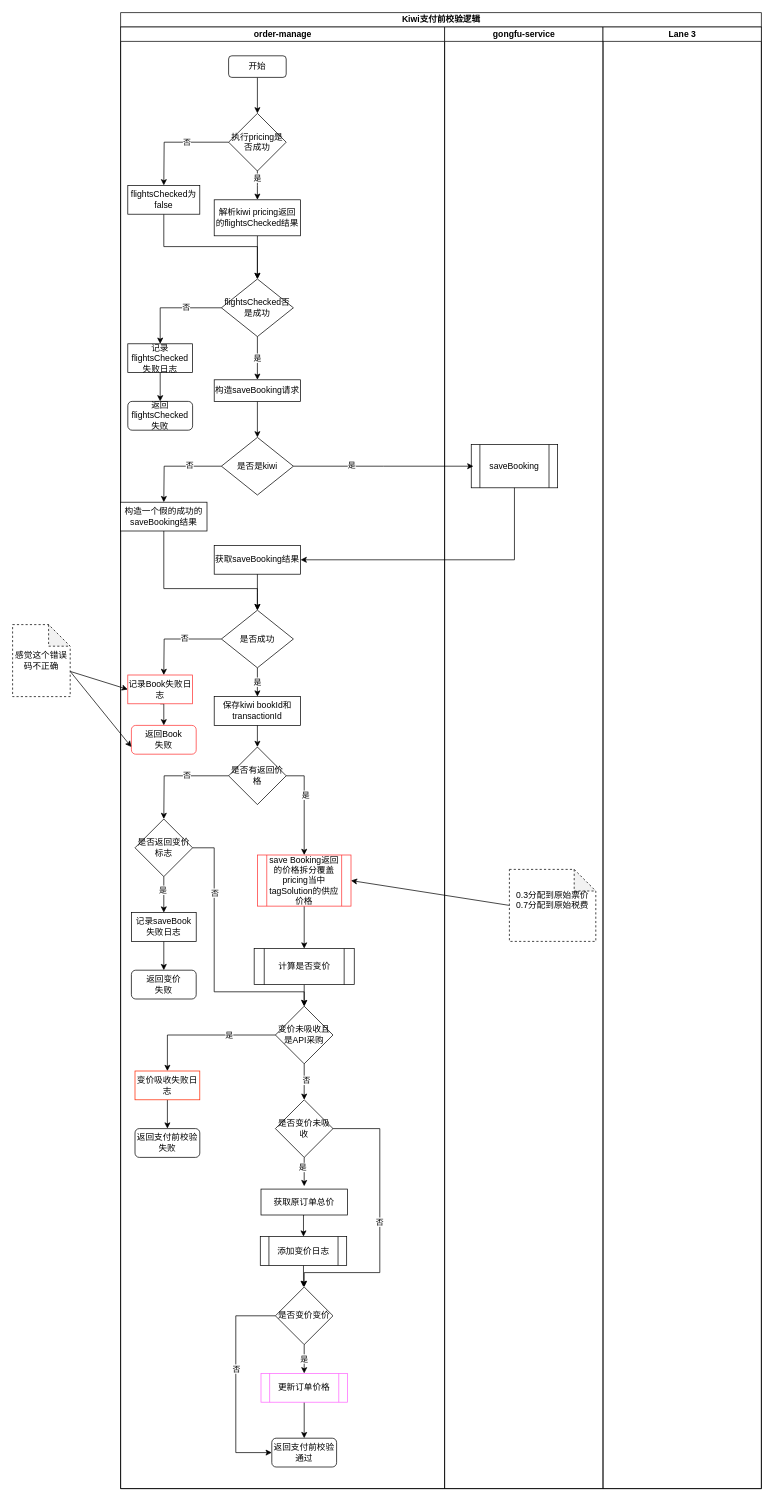
Earlier version of the draw.io diagram page "LCC支付前校验具体逻辑" (6 of 13) of pkfare/paycheck-refactor/支付前校验现状.drawio (zhangweixin/design-diagram). Source tidied: cells renumbered, new cells numbered last; positions are measured from the earlier drawing's top-left corner, leaving out a move shared by most shapes. Both pictures are drawn from the tidied source at 72%, with x=0, y=0 at pixel (12, 12).
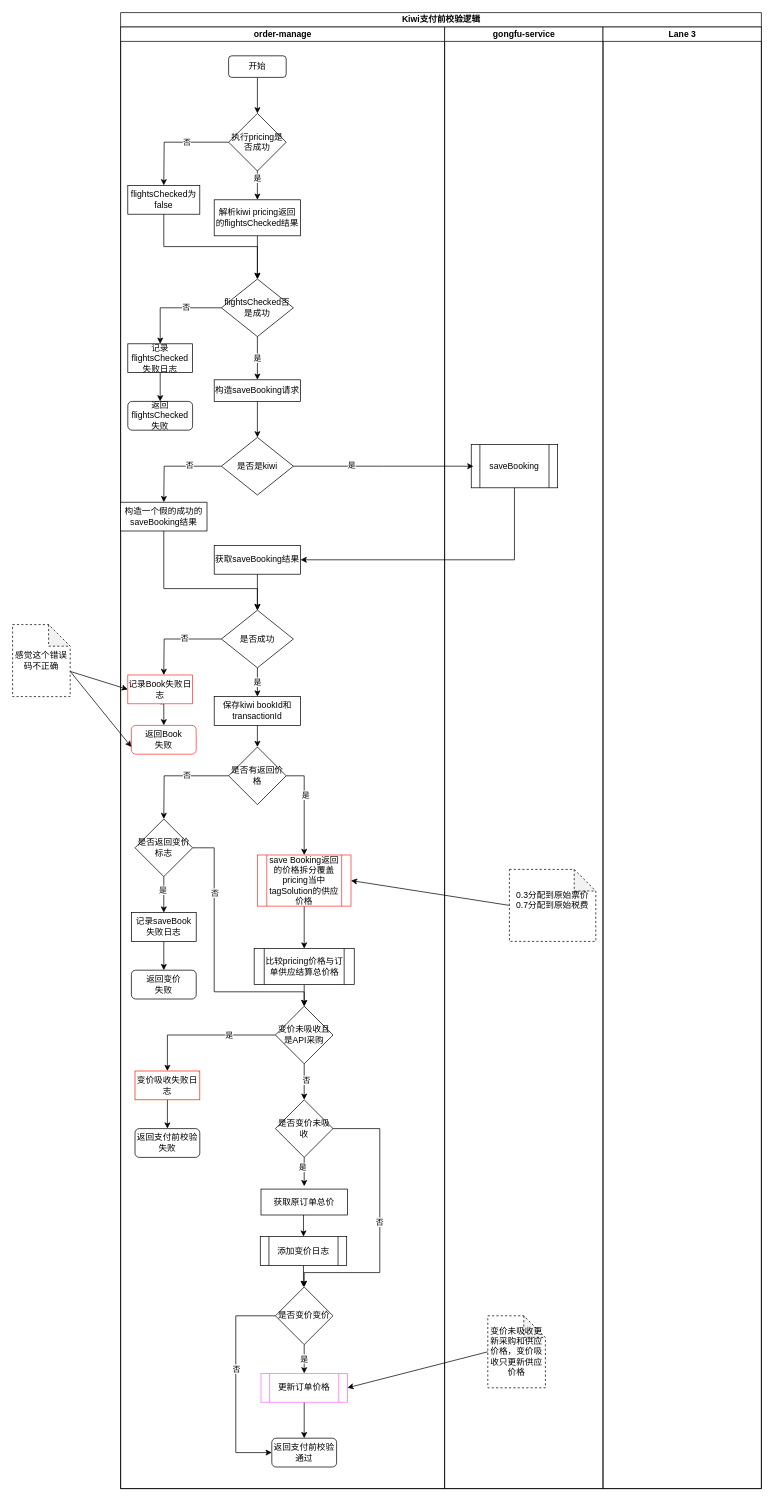
After the change.

Unchanged cells that the change refers to:
```xml
<mxCell id="2" value="Kiwi支付前校验逻辑" style="swimlane;startSize=20;html=1;" parent="1" vertex="1">
  <mxGeometry x="150" width="890" height="2050" as="geometry" />
</mxCell>
<mxCell id="3" value="order-manage" style="swimlane;startSize=20;html=1;" parent="2" vertex="1">
  <mxGeometry y="20" width="450" height="2030" as="geometry" />
</mxCell>
<mxCell id="50" value="更新订单价格" style="shape=process;whiteSpace=wrap;html=1;backgroundOutline=1;strokeColor=#FF66FF;" parent="3" vertex="1">
  <mxGeometry x="195" y="1870" width="120" height="40" as="geometry" />
</mxCell>
<mxCell id="60" value="gongfu-service" style="swimlane;startSize=20;html=1;" parent="2" vertex="1">
  <mxGeometry x="450" y="20" width="220" height="2030" as="geometry" />
</mxCell>
```

The edit, as a diff of the source:
```diff
@@
-    <mxCell id="38" value="计算是否变价" style="shape=process;whiteSpace=wrap;html=1;backgroundOutline=1;" parent="3" vertex="1">
+    <mxCell id="38" value="比较pricing价格与订单供应结算总价格" style="shape=process;whiteSpace=wrap;html=1;backgroundOutline=1;" parent="3" vertex="1">
       <mxGeometry x="185.5" y="1280" width="139" height="50" as="geometry" />
     </mxCell>
@@
+    <mxCell id="91" value="变价未吸收更新采购和供应价格，变价吸收只更新供应价格" style="shape=note;whiteSpace=wrap;html=1;backgroundOutline=1;darkOpacity=0.05;dashed=1;" parent="60" vertex="1">
+      <mxGeometry x="60" y="1790" width="80" height="100" as="geometry" />
+    </mxCell>
@@
+    <mxCell id="92" style="rounded=0;jettySize=auto;html=1;exitX=0;exitY=0.5;exitDx=0;exitDy=0;exitPerimeter=0;entryX=1;entryY=0.5;entryDx=0;entryDy=0;" parent="2" edge="1" source="91" target="50">
+      <mxGeometry relative="1" as="geometry" />
+    </mxCell>
```
